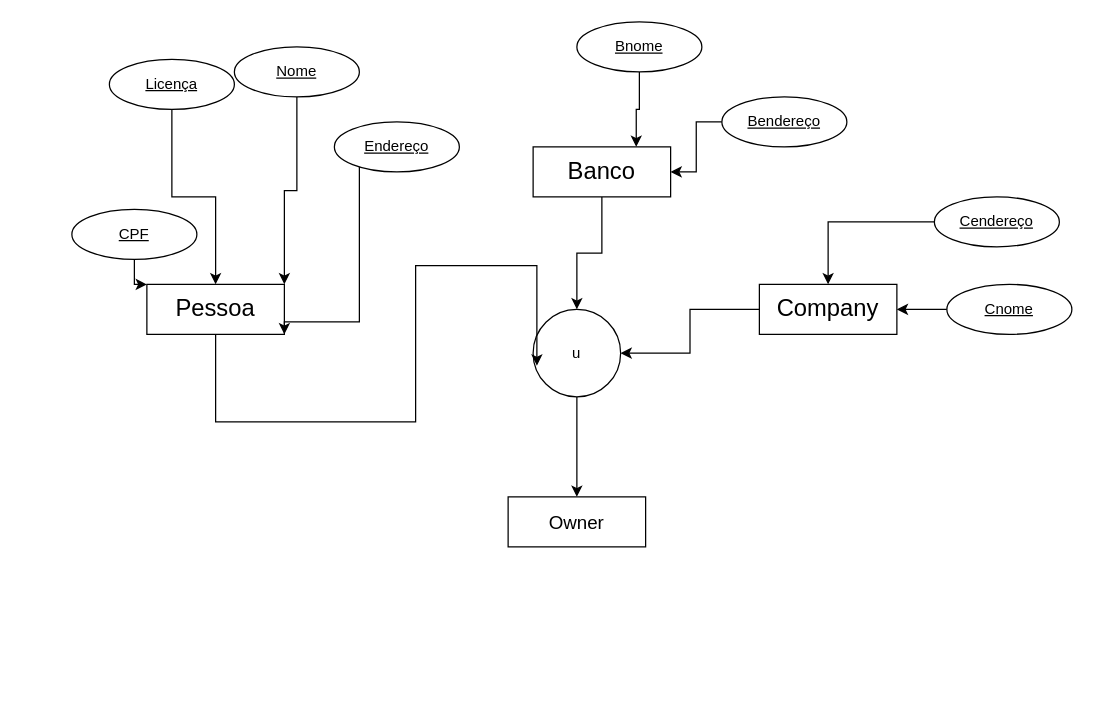
This is Diagrama sem nome.drawio from samirasfonseca/DIO---SUZANO-MODELAGEM, a draw.io file, before an edit. Source tidied: cells renumbered, new cells numbered last; positions are measured from the earlier drawing's top-left corner, leaving out a move shared by most shapes. Both pictures are drawn from the tidied source at 125%, with x=0, y=0 at pixel (71, 21).
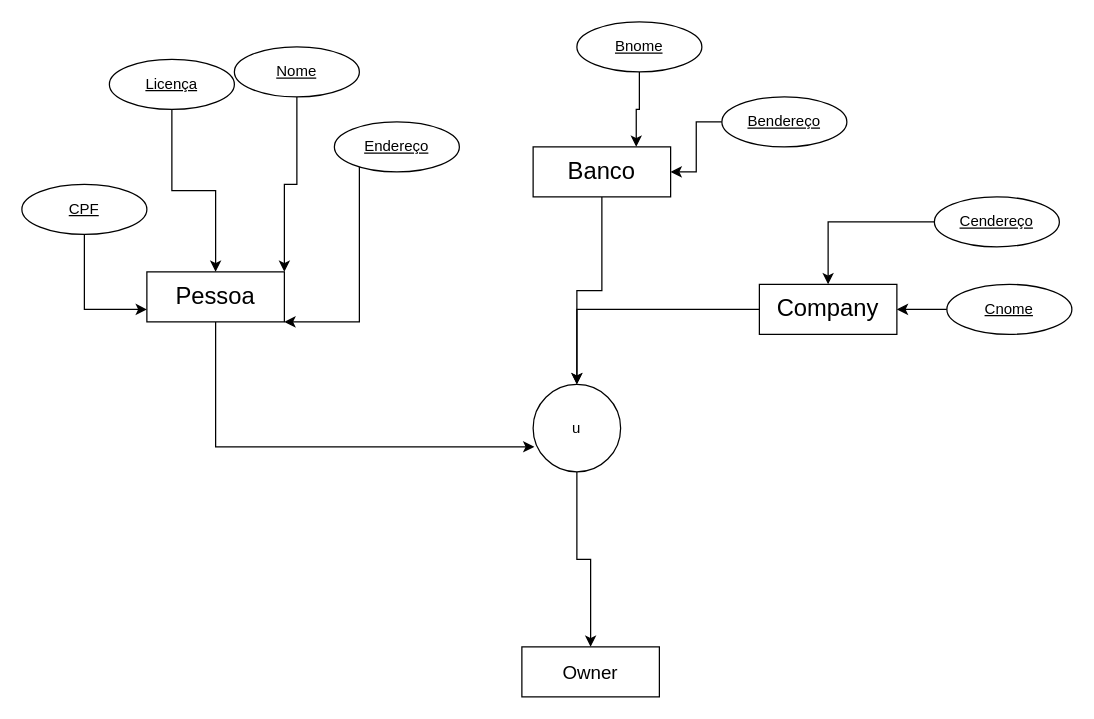
The same page after the edit.

What changed in the source:
```diff
@@
     <mxCell id="2" value="&lt;font style=&quot;vertical-align: inherit; font-size: 19px;&quot;&gt;Pessoa&lt;/font&gt;" style="rounded=0;whiteSpace=wrap;html=1;" parent="1" vertex="1">
-      <mxGeometry x="60" y="210" width="110" height="40" as="geometry" />
+      <mxGeometry x="60" y="200" width="110" height="40" as="geometry" />
     </mxCell>
@@
     <mxCell id="8" value="u" style="ellipse;whiteSpace=wrap;html=1;" parent="1" vertex="1">
-      <mxGeometry x="369" y="230" width="70" height="70" as="geometry" />
+      <mxGeometry x="369" y="290" width="70" height="70" as="geometry" />
     </mxCell>
     <mxCell id="9" value="&lt;font style=&quot;vertical-align: inherit; font-size: 15px;&quot;&gt;Owner&lt;/font&gt;" style="rounded=0;whiteSpace=wrap;html=1;" parent="1" vertex="1">
-      <mxGeometry x="349" y="380" width="110" height="40" as="geometry" />
+      <mxGeometry x="360" y="500" width="110" height="40" as="geometry" />
     </mxCell>
@@
-    <mxCell id="12" style="edgeStyle=orthogonalEdgeStyle;rounded=0;jettySize=auto;html=1;entryX=0;entryY=0;entryDx=0;entryDy=0;" parent="1" edge="1" source="13" target="2">
+    <mxCell id="12" style="edgeStyle=orthogonalEdgeStyle;rounded=0;jettySize=auto;html=1;entryX=0;entryY=0.75;entryDx=0;entryDy=0;" parent="1" edge="1" source="13" target="2">
       <mxGeometry relative="1" as="geometry" />
     </mxCell>
     <mxCell id="13" value="CPF" style="ellipse;whiteSpace=wrap;html=1;align=center;fontStyle=4;" parent="1" vertex="1">
-      <mxGeometry y="150" width="100" height="40" as="geometry" />
+      <mxGeometry x="-40" y="130" width="100" height="40" as="geometry" />
     </mxCell>
@@
-    <mxCell id="18" style="edgeStyle=orthogonalEdgeStyle;rounded=0;jettySize=auto;html=1;entryX=0.043;entryY=0.643;entryDx=0;entryDy=0;entryPerimeter=0;" parent="1" edge="1" source="2" target="8">
-      <mxGeometry relative="1" as="geometry">
-        <Array as="points">
-          <mxPoint x="115" y="320" />
-          <mxPoint x="275" y="320" />
-          <mxPoint x="275" y="195" />
-        </Array>
-      </mxGeometry>
-    </mxCell>
@@
+    <mxCell id="18" style="edgeStyle=orthogonalEdgeStyle;rounded=0;jettySize=auto;html=1;entryX=0.014;entryY=0.714;entryDx=0;entryDy=0;entryPerimeter=0;" parent="1" edge="1" source="2" target="8">
+      <mxGeometry relative="1" as="geometry">
+        <Array as="points">
+          <mxPoint x="115" y="340" />
+        </Array>
+      </mxGeometry>
+    </mxCell>
```
